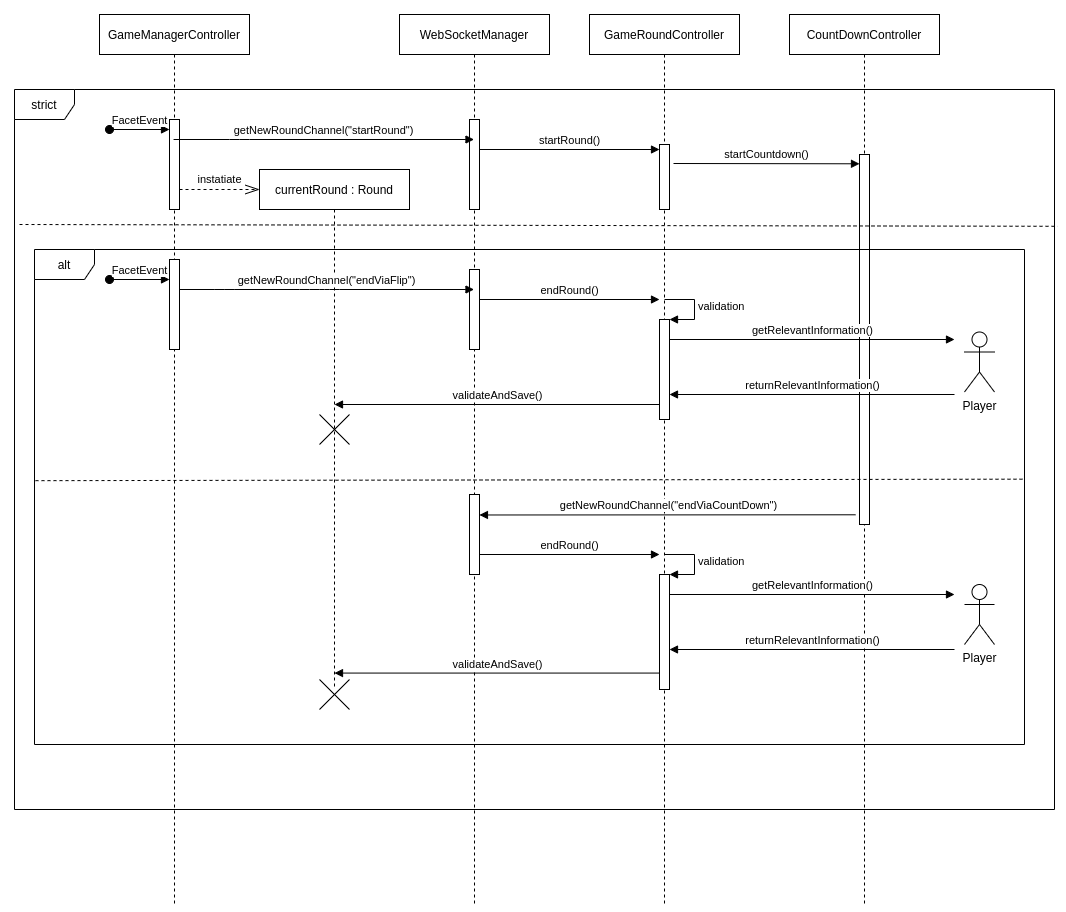
The draw.io diagram documents/software-concept/diagrams/Spielrunde.png in b-ertel/TimeGuess-Game, before a commit. Source tidied: cells renumbered, new cells last; positions are measured from the earlier drawing's top-left corner, leaving out a move shared by most shapes.
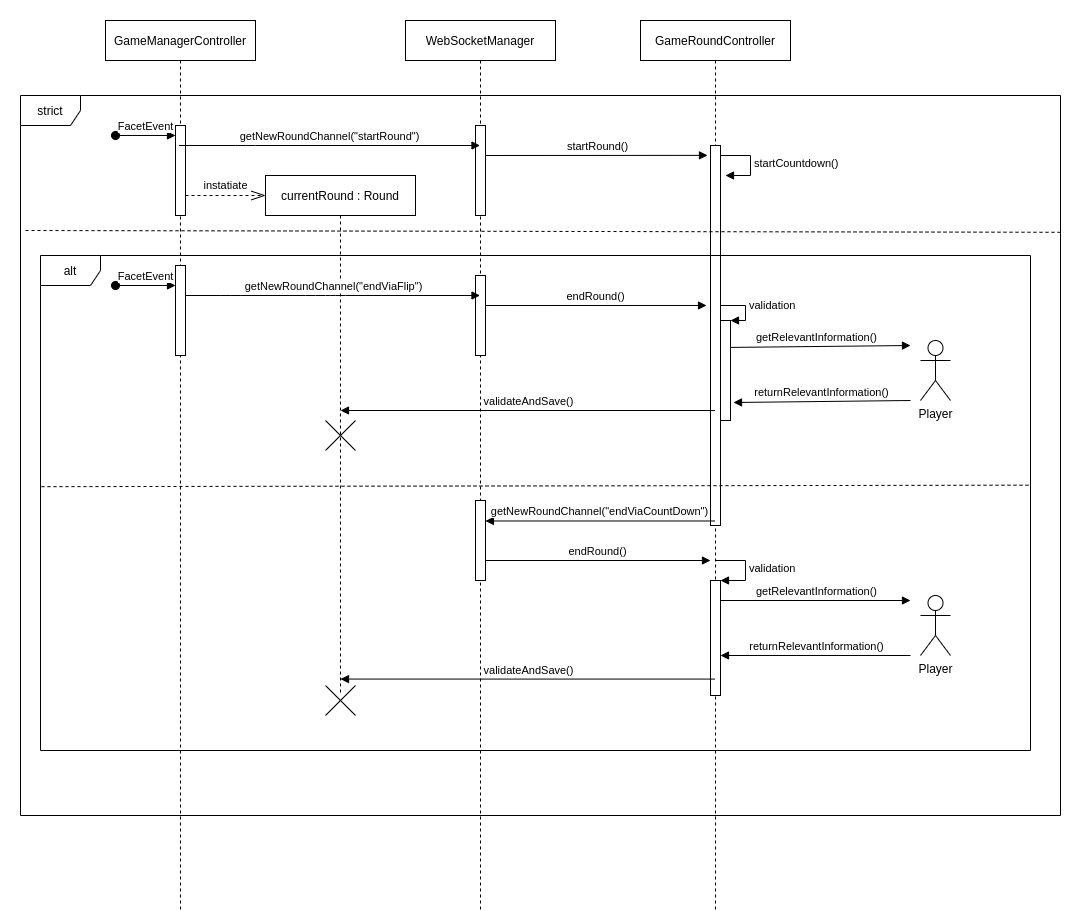
Above is the later version.

Commit message:
combined cubeStatus and Spielrunde into CubeCommunication

The edit, as a diff of the source:
```diff
@@ -9,7 +9,7 @@
       <mxGeometry x="385" width="150" height="890" as="geometry" />
     </mxCell>
     <mxCell id="4" value="GameRoundController" style="shape=umlLifeline;perimeter=lifelinePerimeter;whiteSpace=wrap;html=1;outlineConnect=0;" parent="1" vertex="1">
-      <mxGeometry x="575" width="150" height="890" as="geometry" />
+      <mxGeometry x="620" width="150" height="890" as="geometry" />
     </mxCell>
     <mxCell id="5" value="instatiate" style="endArrow=openThin;dashed=1;endFill=0;endSize=12;html=1;" parent="1" edge="1">
       <mxGeometry y="10" relative="1" as="geometry">
@@ -23,10 +23,9 @@
     <mxCell id="7" style="shape=umlDestroy;" parent="1" vertex="1">
       <mxGeometry x="305" y="400" width="30" height="30" as="geometry" />
     </mxCell>
-    <mxCell id="8" value="startRound()" style="html=1;verticalAlign=bottom;endArrow=block;" parent="1" edge="1">
+    <mxCell id="8" value="startRound()" style="html=1;verticalAlign=bottom;endArrow=block;entryX=-0.3;entryY=0.026;entryDx=0;entryDy=0;entryPerimeter=0;" parent="1" edge="1" target="22">
       <mxGeometry relative="1" as="geometry">
         <mxPoint x="465" y="135" as="sourcePoint" />
-        <mxPoint x="645" y="135" as="targetPoint" />
       </mxGeometry>
     </mxCell>
     <mxCell id="9" value="strict" style="shape=umlFrame;whiteSpace=wrap;html=1;" parent="1" vertex="1">
@@ -44,20 +43,16 @@
         <mxPoint x="155" y="265" as="targetPoint" />
       </mxGeometry>
     </mxCell>
-    <mxCell id="12" value="endRound()" style="html=1;verticalAlign=bottom;endArrow=block;" parent="1" edge="1">
+    <mxCell id="12" value="endRound()" style="html=1;verticalAlign=bottom;endArrow=block;entryX=-0.4;entryY=0.421;entryDx=0;entryDy=0;entryPerimeter=0;" parent="1" edge="1" target="22">
       <mxGeometry relative="1" as="geometry">
         <mxPoint x="465" y="285" as="sourcePoint" />
-        <mxPoint x="645" y="285" as="targetPoint" />
       </mxGeometry>
     </mxCell>
-    <mxCell id="13" style="html=1;points=[];perimeter=orthogonalPerimeter;" parent="1" vertex="1">
-      <mxGeometry x="645" y="305" width="10" height="100" as="geometry" />
-    </mxCell>
     <mxCell id="14" value="validation" style="edgeStyle=orthogonalEdgeStyle;html=1;align=left;spacingLeft=2;endArrow=block;rounded=0;entryX=1;entryY=0;" parent="1" edge="1" target="13">
       <mxGeometry relative="1" as="geometry">
-        <mxPoint x="650" y="285" as="sourcePoint" />
+        <mxPoint x="695" y="285" as="sourcePoint" />
         <Array as="points">
-          <mxPoint x="680" y="285" />
+          <mxPoint x="725" y="285" />
         </Array>
       </mxGeometry>
     </mxCell>
@@ -91,63 +86,48 @@
         </Array>
       </mxGeometry>
     </mxCell>
-    <mxCell id="21" value="CountDownController" style="shape=umlLifeline;perimeter=lifelinePerimeter;whiteSpace=wrap;html=1;" parent="1" vertex="1">
-      <mxGeometry x="775" width="150" height="890" as="geometry" />
-    </mxCell>
     <mxCell id="22" style="html=1;points=[];perimeter=orthogonalPerimeter;" parent="1" vertex="1">
-      <mxGeometry x="645" y="130" width="10" height="65" as="geometry" />
+      <mxGeometry x="690" y="125" width="10" height="380" as="geometry" />
     </mxCell>
-    <mxCell id="23" value="startCountdown()" style="html=1;verticalAlign=bottom;endArrow=block;" parent="1" edge="1">
-      <mxGeometry relative="1" as="geometry">
-        <mxPoint x="659" y="149" as="sourcePoint" />
-        <mxPoint x="845" y="149.3" as="targetPoint" />
-      </mxGeometry>
-    </mxCell>
-    <mxCell id="24" style="html=1;perimeter=orthogonalPerimeter;" parent="1" vertex="1">
-      <mxGeometry x="845" y="140" width="10" height="370" as="geometry" />
-    </mxCell>
-    <mxCell id="25" value="getRelevantInformation()" style="html=1;verticalAlign=bottom;endArrow=block;" parent="1" edge="1">
+    <mxCell id="25" value="getRelevantInformation()" style="html=1;verticalAlign=bottom;endArrow=block;exitX=0.2;exitY=0.27;exitDx=0;exitDy=0;exitPerimeter=0;" parent="1" edge="1" source="13">
       <mxGeometry relative="1" as="geometry">
-        <mxPoint x="655" y="325" as="sourcePoint" />
-        <mxPoint x="940" y="325" as="targetPoint" />
+        <mxPoint x="890" y="325" as="targetPoint" />
       </mxGeometry>
     </mxCell>
-    <mxCell id="26" value="returnRelevantInformation()" style="html=1;verticalAlign=bottom;endArrow=none;startArrow=block;startFill=1;endFill=0;" parent="1" edge="1">
+    <mxCell id="26" value="returnRelevantInformation()" style="html=1;verticalAlign=bottom;endArrow=none;startArrow=block;startFill=1;endFill=0;exitX=1.3;exitY=0.82;exitDx=0;exitDy=0;exitPerimeter=0;" parent="1" edge="1" source="13">
       <mxGeometry relative="1" as="geometry">
-        <mxPoint x="655" y="380" as="sourcePoint" />
-        <mxPoint x="940" y="380" as="targetPoint" />
+        <mxPoint x="890" y="380" as="targetPoint" />
       </mxGeometry>
     </mxCell>
     <mxCell id="27" style="html=1;points=[];perimeter=orthogonalPerimeter;" parent="1" vertex="1">
-      <mxGeometry x="645" y="560" width="10" height="115" as="geometry" />
+      <mxGeometry x="690" y="560" width="10" height="115" as="geometry" />
     </mxCell>
     <mxCell id="28" value="validation" style="edgeStyle=orthogonalEdgeStyle;html=1;align=left;spacingLeft=2;endArrow=block;rounded=0;entryX=1;entryY=0;" parent="1" edge="1" target="27">
       <mxGeometry relative="1" as="geometry">
-        <mxPoint x="650" y="540" as="sourcePoint" />
+        <mxPoint x="695" y="540" as="sourcePoint" />
         <Array as="points">
-          <mxPoint x="680" y="540" />
+          <mxPoint x="725" y="540" />
         </Array>
       </mxGeometry>
     </mxCell>
     <mxCell id="29" value="getRelevantInformation()" style="html=1;verticalAlign=bottom;endArrow=block;" parent="1" edge="1">
       <mxGeometry relative="1" as="geometry">
-        <mxPoint x="655" y="580" as="sourcePoint" />
-        <mxPoint x="940" y="580" as="targetPoint" />
+        <mxPoint x="700" y="580" as="sourcePoint" />
+        <mxPoint x="890" y="580" as="targetPoint" />
       </mxGeometry>
     </mxCell>
     <mxCell id="30" value="returnRelevantInformation()" style="html=1;verticalAlign=bottom;endArrow=none;startArrow=block;startFill=1;endFill=0;" parent="1" edge="1">
       <mxGeometry relative="1" as="geometry">
-        <mxPoint x="655" y="635" as="sourcePoint" />
-        <mxPoint x="940" y="635" as="targetPoint" />
+        <mxPoint x="700" y="635" as="sourcePoint" />
+        <mxPoint x="890" y="635" as="targetPoint" />
       </mxGeometry>
     </mxCell>
     <mxCell id="31" style="shape=umlDestroy;" parent="1" vertex="1">
       <mxGeometry x="305" y="665" width="30" height="30" as="geometry" />
     </mxCell>
-    <mxCell id="32" value="getNewRoundChannel(&quot;endViaCountDown&quot;)" style="html=1;verticalAlign=bottom;endArrow=none;startArrow=block;startFill=1;endFill=0;exitX=0.533;exitY=0.703;exitDx=0;exitDy=0;exitPerimeter=0;" parent="1" edge="1">
+    <mxCell id="32" value="getNewRoundChannel(&quot;endViaCountDown&quot;)" style="html=1;verticalAlign=bottom;endArrow=none;startArrow=block;startFill=1;endFill=0;exitX=0.533;exitY=0.703;exitDx=0;exitDy=0;exitPerimeter=0;" parent="1" edge="1" target="4">
       <mxGeometry relative="1" as="geometry">
         <mxPoint x="464.9" y="500.5" as="sourcePoint" />
-        <mxPoint x="841" y="500.3" as="targetPoint" />
       </mxGeometry>
     </mxCell>
     <mxCell id="33" style="html=1;perimeter=orthogonalPerimeter;" parent="1" vertex="1">
@@ -156,7 +136,7 @@
     <mxCell id="34" value="endRound()" style="html=1;verticalAlign=bottom;endArrow=block;" parent="1" edge="1">
       <mxGeometry relative="1" as="geometry">
         <mxPoint x="465" y="540" as="sourcePoint" />
-        <mxPoint x="645" y="540" as="targetPoint" />
+        <mxPoint x="690" y="540" as="targetPoint" />
       </mxGeometry>
     </mxCell>
     <mxCell id="35" value="alt" style="shape=umlFrame;whiteSpace=wrap;html=1;" parent="1" vertex="1">
@@ -171,22 +151,32 @@
       </mxGeometry>
     </mxCell>
     <mxCell id="38" value="Player" style="shape=umlActor;verticalLabelPosition=bottom;verticalAlign=top;html=1;" parent="1" vertex="1">
-      <mxGeometry x="950" y="317.5" width="30" height="60" as="geometry" />
+      <mxGeometry x="900" y="320" width="30" height="60" as="geometry" />
     </mxCell>
     <mxCell id="39" value="Player" style="shape=umlActor;verticalLabelPosition=bottom;verticalAlign=top;html=1;" parent="1" vertex="1">
-      <mxGeometry x="950" y="570" width="30" height="60" as="geometry" />
+      <mxGeometry x="900" y="575" width="30" height="60" as="geometry" />
     </mxCell>
-    <mxCell id="40" value="validateAndSave()" style="html=1;verticalAlign=bottom;endArrow=none;startArrow=block;startFill=1;endFill=0;" parent="1" edge="1">
+    <mxCell id="40" value="validateAndSave()" style="html=1;verticalAlign=bottom;endArrow=none;startArrow=block;startFill=1;endFill=0;" parent="1" edge="1" target="4">
       <mxGeometry relative="1" as="geometry">
         <mxPoint x="320" y="390" as="sourcePoint" />
-        <mxPoint x="645" y="390" as="targetPoint" />
       </mxGeometry>
     </mxCell>
-    <mxCell id="41" value="validateAndSave()" style="html=1;verticalAlign=bottom;endArrow=none;startArrow=block;startFill=1;endFill=0;" parent="1" edge="1">
+    <mxCell id="41" value="validateAndSave()" style="html=1;verticalAlign=bottom;endArrow=none;startArrow=block;startFill=1;endFill=0;" parent="1" edge="1" target="4">
       <mxGeometry relative="1" as="geometry">
         <mxPoint x="320" y="658.6" as="sourcePoint" />
-        <mxPoint x="645" y="658.6" as="targetPoint" />
       </mxGeometry>
     </mxCell>
+    <mxCell id="23" value="startCountdown()" style="edgeStyle=orthogonalEdgeStyle;html=1;align=left;spacingLeft=2;endArrow=block;rounded=0;entryX=1;entryY=0;" parent="1" edge="1">
+      <mxGeometry relative="1" as="geometry">
+        <mxPoint x="700" y="135" as="sourcePoint" />
+        <mxPoint x="705" y="155" as="targetPoint" />
+        <Array as="points">
+          <mxPoint x="730" y="135" />
+        </Array>
+      </mxGeometry>
+    </mxCell>
+    <mxCell id="13" style="html=1;points=[];perimeter=orthogonalPerimeter;" parent="1" vertex="1">
+      <mxGeometry x="700" y="300" width="10" height="100" as="geometry" />
+    </mxCell>
   </root>
 </mxGraphModel>
```
